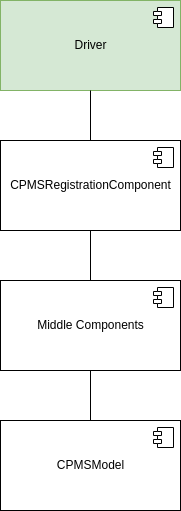
federico-mandelli/CoriglianoMandelliPignataro keeps this draw.io diagram as DD/Testing/CPMS/cpms-CPMSRegistration.drawio.png. Above is the earlier version. Source tidied: cells renumbered, new cells last; positions are measured from the earlier drawing's top-left corner, leaving out a move shared by most shapes.
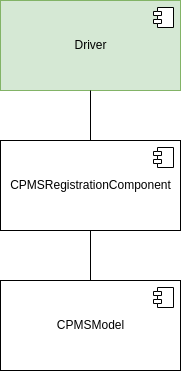
The same file after the commit.

The edit, as a diff of the source:
```diff
@@ -10,19 +10,6 @@
         <mxPoint x="-27" y="7" as="offset" />
       </mxGeometry>
     </mxCell>
-    <mxCell id="4" value="Middle Components" style="html=1;" parent="1" vertex="1">
-      <mxGeometry y="280" width="180" height="90" as="geometry" />
-    </mxCell>
-    <mxCell id="5" style="shape=module;jettyWidth=8;jettyHeight=4;" parent="4" vertex="1">
-      <mxGeometry x="1" width="20" height="20" relative="1" as="geometry">
-        <mxPoint x="-27" y="7" as="offset" />
-      </mxGeometry>
-    </mxCell>
-    <mxCell id="6" style="endArrow=none;html=1;rounded=0;entryX=0.5;entryY=1;entryDx=0;entryDy=0;exitX=0.5;exitY=0;exitDx=0;exitDy=0;" parent="1" edge="1" source="4">
-      <mxGeometry relative="1" as="geometry">
-        <mxPoint x="90" y="230" as="targetPoint" />
-      </mxGeometry>
-    </mxCell>
     <mxCell id="7" value="CPMSRegistrationComponent" style="html=1;" parent="1" vertex="1">
       <mxGeometry y="140" width="180" height="90" as="geometry" />
     </mxCell>
@@ -37,7 +24,7 @@
       </mxGeometry>
     </mxCell>
     <mxCell id="10" value="CPMSModel" style="html=1;" parent="1" vertex="1">
-      <mxGeometry y="420" width="180" height="90" as="geometry" />
+      <mxGeometry y="280" width="180" height="90" as="geometry" />
     </mxCell>
     <mxCell id="11" style="shape=module;jettyWidth=8;jettyHeight=4;" parent="10" vertex="1">
       <mxGeometry x="1" width="20" height="20" relative="1" as="geometry">
@@ -46,7 +33,7 @@
     </mxCell>
     <mxCell id="12" style="endArrow=none;html=1;rounded=0;entryX=0.5;entryY=1;entryDx=0;entryDy=0;exitX=0.5;exitY=0;exitDx=0;exitDy=0;" parent="1" edge="1" source="10">
       <mxGeometry relative="1" as="geometry">
-        <mxPoint x="90" y="370" as="targetPoint" />
+        <mxPoint x="90" y="230" as="targetPoint" />
       </mxGeometry>
     </mxCell>
   </root>
```
